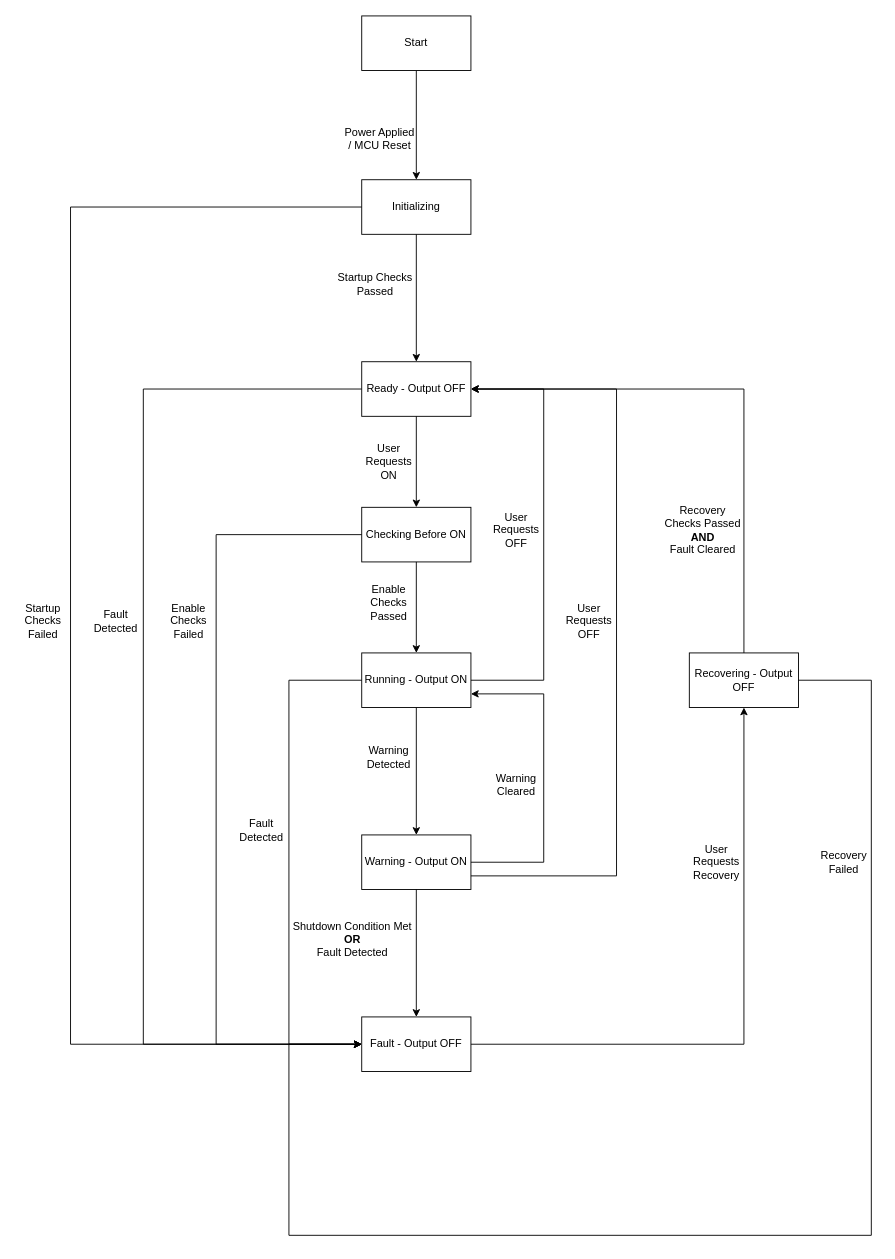
This is page "system-state-diagram" (7 of 7) of docs/diagrams/system-architecture.drawio from DontMindMe129/dc-power-protection-system, a draw.io file, before an edit. Source tidied: cells renumbered, new cells numbered last; positions are measured from the earlier drawing's top-left corner, leaving out a move shared by most shapes. Both pictures are drawn from the tidied source at 91%, with x=0, y=0 at pixel (15, 15).
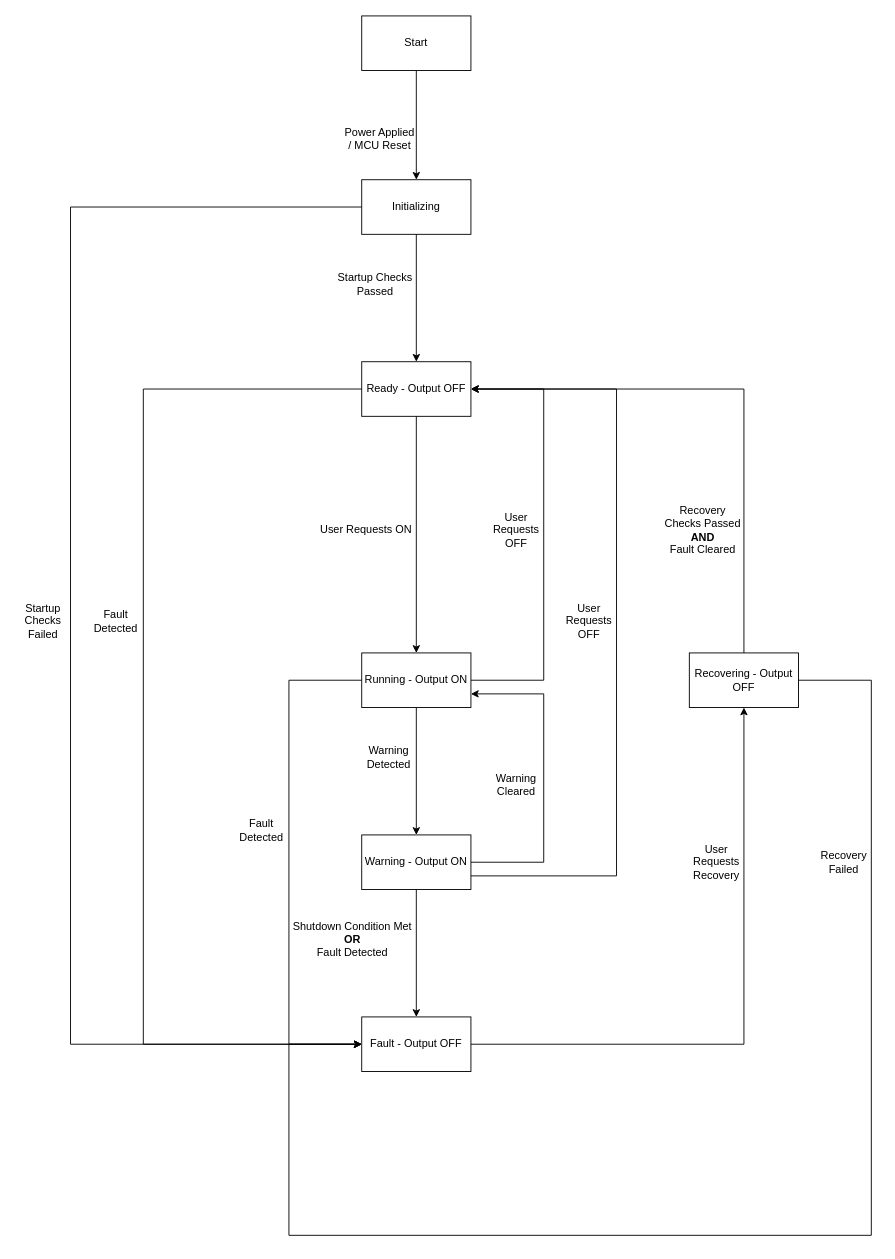
The same diagram, later.

The change refers to these unchanged cells:
```xml
<mxCell id="3" value="Ready - Output OFF" style="rounded=0;whiteSpace=wrap;html=1;" parent="1" vertex="1">
  <mxGeometry x="380" y="380" width="120" height="60" as="geometry" />
</mxCell>
<mxCell id="4" value="Running - Output ON" style="rounded=0;whiteSpace=wrap;html=1;" parent="1" vertex="1">
  <mxGeometry x="380" y="700" width="120" height="60" as="geometry" />
</mxCell>
<mxCell id="6" value="Fault - Output OFF" style="rounded=0;whiteSpace=wrap;html=1;" parent="1" vertex="1">
  <mxGeometry x="380" y="1100" width="120" height="60" as="geometry" />
</mxCell>
```

Change to the diagram source:
```diff
@@
-    <mxCell id="11" value="Checking Before ON" style="rounded=0;whiteSpace=wrap;html=1;" parent="1" vertex="1">
-      <mxGeometry x="380" y="540" width="120" height="60" as="geometry" />
-    </mxCell>
-    <mxCell id="12" style="endArrow=classic;html=1;rounded=0;exitX=0.5;exitY=1;exitDx=0;exitDy=0;entryX=0.5;entryY=0;entryDx=0;entryDy=0;" parent="1" edge="1" source="3" target="11">
-      <mxGeometry relative="1" as="geometry" />
-    </mxCell>
     <mxCell id="13" value="User Requests ON" style="text;html=1;whiteSpace=wrap;strokeColor=none;fillColor=none;align=center;verticalAlign=middle;rounded=0;" parent="1" vertex="1">
-      <mxGeometry x="380" y="475" width="60" height="30" as="geometry" />
+      <mxGeometry x="330" y="550" width="110" height="30" as="geometry" />
     </mxCell>
-    <mxCell id="14" style="endArrow=classic;html=1;rounded=0;exitX=0.5;exitY=1;exitDx=0;exitDy=0;entryX=0.5;entryY=0;entryDx=0;entryDy=0;" parent="1" edge="1" source="11" target="4">
+    <mxCell id="14" style="endArrow=classic;html=1;rounded=0;exitX=0.5;exitY=1;exitDx=0;exitDy=0;entryX=0.5;entryY=0;entryDx=0;entryDy=0;" parent="1" edge="1" source="3" target="4">
       <mxGeometry relative="1" as="geometry" />
     </mxCell>
-    <mxCell id="15" value="Enable Checks Passed" style="text;html=1;whiteSpace=wrap;strokeColor=none;fillColor=none;align=center;verticalAlign=middle;rounded=0;" parent="1" vertex="1">
-      <mxGeometry x="380" y="630" width="60" height="30" as="geometry" />
-    </mxCell>
@@
-    <mxCell id="18" style="endArrow=classic;html=1;rounded=0;exitX=0;exitY=0.5;exitDx=0;exitDy=0;entryX=0;entryY=0.5;entryDx=0;entryDy=0;" parent="1" edge="1" source="11" target="6">
-      <mxGeometry relative="1" as="geometry">
-        <Array as="points">
-          <mxPoint x="220" y="570" />
-          <mxPoint x="220" y="1130" />
-        </Array>
-      </mxGeometry>
-    </mxCell>
-    <mxCell id="19" value="Enable Checks Failed" style="text;html=1;whiteSpace=wrap;strokeColor=none;fillColor=none;align=center;verticalAlign=middle;rounded=0;" parent="1" vertex="1">
-      <mxGeometry x="160" y="650" width="60" height="30" as="geometry" />
-    </mxCell>
```
